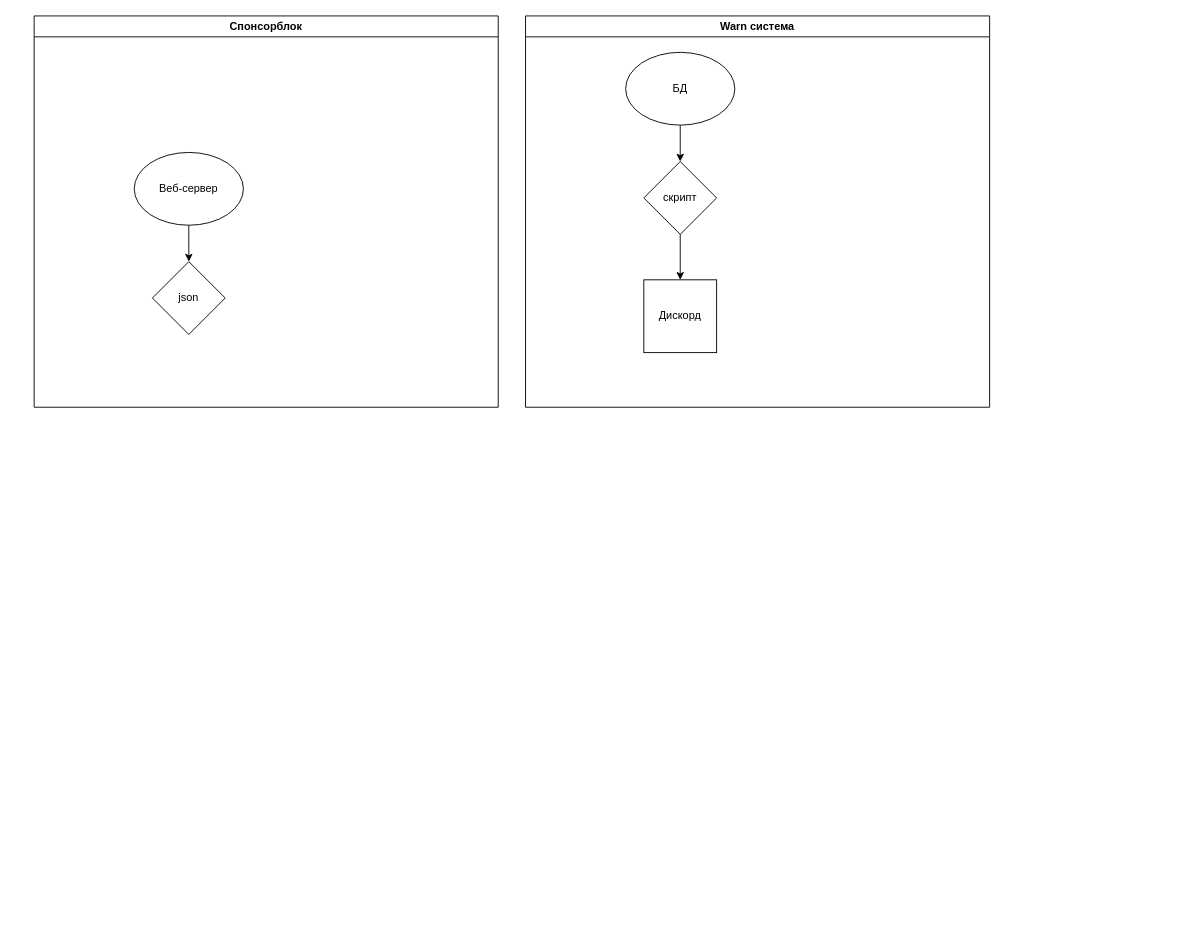
Before: Диаграмма без названия.drawio in 1DeMeNToR1/DnDHelper, a draw.io diagram. Source tidied: cells renumbered, new cells numbered last; positions are measured from the earlier drawing's top-left corner, leaving out a move shared by most shapes. Both pictures are drawn from the tidied source at 91%, with x=0, y=0 at pixel (34, 15).
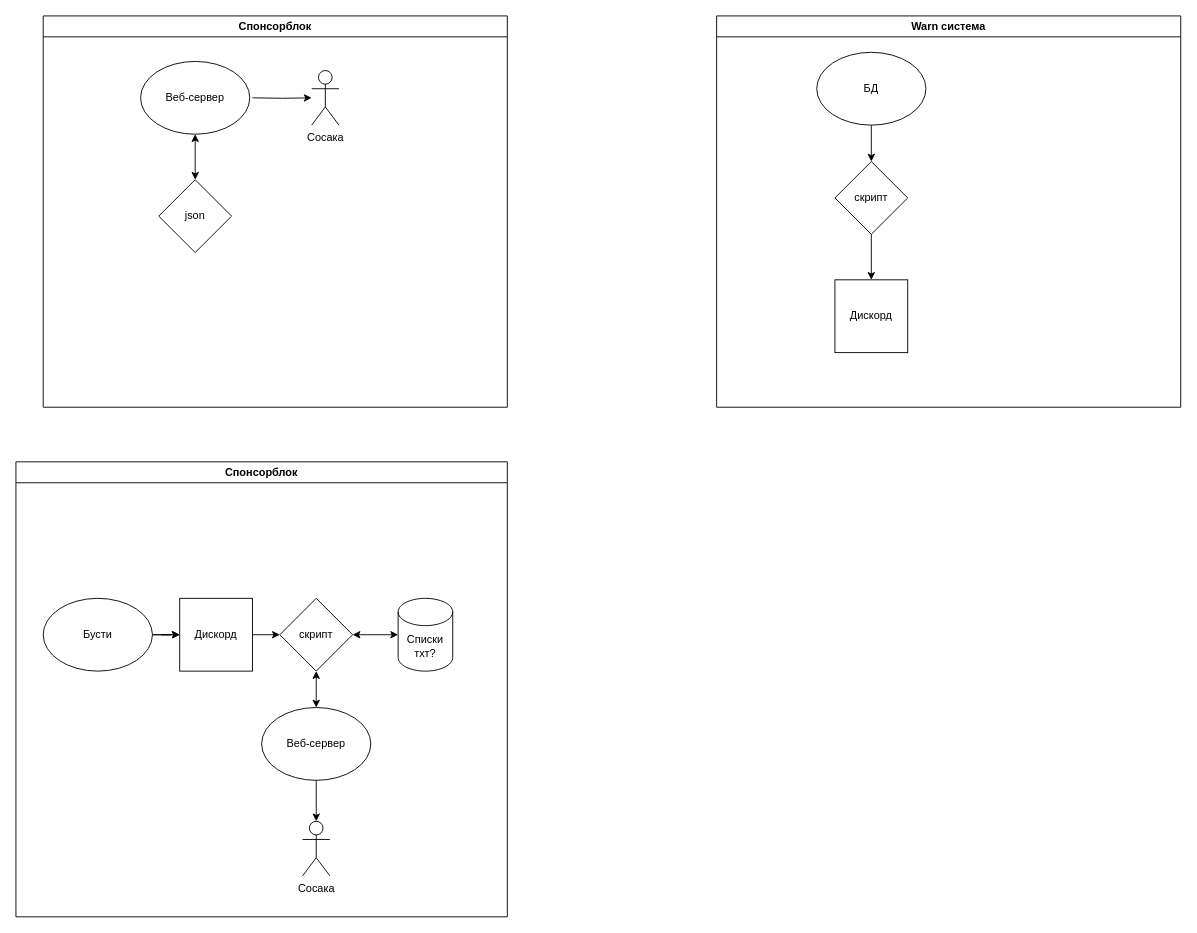
After the change.

Change to the diagram source:
```diff
@@
     <mxCell id="2" value="Спонсорблок" style="swimlane;whiteSpace=wrap;html=1;" parent="1" vertex="1">
-      <mxGeometry width="510" height="430" as="geometry" />
+      <mxGeometry x="10" width="510" height="430" as="geometry" />
     </mxCell>
     <mxCell id="3" value="Веб-сервер" style="ellipse;whiteSpace=wrap;html=1;" parent="2" vertex="1">
-      <mxGeometry x="110" y="150" width="120" height="80" as="geometry" />
+      <mxGeometry x="107" y="50" width="120" height="80" as="geometry" />
     </mxCell>
     <mxCell id="4" value="json" style="rhombus;whiteSpace=wrap;html=1;" parent="2" vertex="1">
-      <mxGeometry x="130" y="270" width="80" height="80" as="geometry" />
+      <mxGeometry x="127" y="180" width="80" height="80" as="geometry" />
     </mxCell>
-    <mxCell id="5" style="endArrow=classic;html=1;rounded=0;exitX=0.5;exitY=1;exitDx=0;exitDy=0;entryX=0.5;entryY=0;entryDx=0;entryDy=0;" parent="2" edge="1" source="3" target="4">
+    <mxCell id="5" style="endArrow=classic;startArrow=classic;html=1;rounded=0;entryX=0.5;entryY=0;entryDx=0;entryDy=0;exitX=0.5;exitY=1;exitDx=0;exitDy=0;" parent="2" edge="1" source="3" target="4">
       <mxGeometry relative="1" as="geometry" />
     </mxCell>
+    <mxCell id="12" style="edgeStyle=orthogonalEdgeStyle;rounded=0;jettySize=auto;html=1;" parent="2" edge="1" target="13">
+      <mxGeometry relative="1" as="geometry">
+        <mxPoint x="230" y="90" as="sourcePoint" />
+      </mxGeometry>
+    </mxCell>
+    <mxCell id="13" value="Сосака" style="shape=umlActor;verticalLabelPosition=bottom;verticalAlign=top;html=1;outlineConnect=0;" parent="2" vertex="1">
+      <mxGeometry x="295" y="60" width="30" height="60" as="geometry" />
+    </mxCell>
     <mxCell id="6" value="Warn система" style="swimlane;whiteSpace=wrap;html=1;" parent="1" vertex="1">
-      <mxGeometry x="540" width="510" height="430" as="geometry" />
+      <mxGeometry x="750" width="510" height="430" as="geometry" />
     </mxCell>
@@
+    <mxCell id="14" value="Спонсорблок" style="swimlane;whiteSpace=wrap;html=1;" parent="1" vertex="1">
+      <mxGeometry x="-20" y="490" width="540" height="500" as="geometry" />
+    </mxCell>
+    <mxCell id="15" value="Веб-сервер" style="ellipse;whiteSpace=wrap;html=1;" parent="14" vertex="1">
+      <mxGeometry x="270" y="270" width="120" height="80" as="geometry" />
+    </mxCell>
+    <mxCell id="16" style="edgeStyle=orthogonalEdgeStyle;rounded=0;jettySize=auto;html=1;" parent="14" edge="1" source="17" target="18">
+      <mxGeometry relative="1" as="geometry" />
+    </mxCell>
+    <mxCell id="17" value="Бусти" style="ellipse;whiteSpace=wrap;html=1;" parent="14" vertex="1">
+      <mxGeometry x="30" y="150" width="120" height="80" as="geometry" />
+    </mxCell>
+    <mxCell id="18" value="Дискорд" style="whiteSpace=wrap;html=1;" parent="14" vertex="1">
+      <mxGeometry x="180" y="150" width="80" height="80" as="geometry" />
+    </mxCell>
+    <mxCell id="19" style="endArrow=classic;html=1;rounded=0;exitX=1;exitY=0.5;exitDx=0;exitDy=0;entryX=0;entryY=0.5;entryDx=0;entryDy=0;" parent="14" edge="1" source="17" target="18">
+      <mxGeometry relative="1" as="geometry" />
+    </mxCell>
+    <mxCell id="20" value="скрипт" style="rhombus;whiteSpace=wrap;html=1;" parent="14" vertex="1">
+      <mxGeometry x="290" y="150" width="80" height="80" as="geometry" />
+    </mxCell>
+    <mxCell id="21" style="edgeStyle=orthogonalEdgeStyle;rounded=0;jettySize=auto;html=1;exitX=1;exitY=0.5;exitDx=0;exitDy=0;entryX=0;entryY=0.5;entryDx=0;entryDy=0;" parent="14" edge="1" source="18" target="20">
+      <mxGeometry relative="1" as="geometry" />
+    </mxCell>
+    <mxCell id="22" value="Списки&lt;br&gt;тхт?" style="shape=cylinder3;whiteSpace=wrap;html=1;boundedLbl=1;backgroundOutline=1;size=15;" parent="14" vertex="1">
+      <mxGeometry x="420" y="150" width="60" height="80" as="geometry" />
+    </mxCell>
+    <mxCell id="23" style="endArrow=classic;startArrow=classic;html=1;rounded=0;entryX=0;entryY=0.5;entryDx=0;entryDy=0;entryPerimeter=0;exitX=1;exitY=0.5;exitDx=0;exitDy=0;" parent="14" edge="1" source="20" target="22">
+      <mxGeometry relative="1" as="geometry" />
+    </mxCell>
+    <mxCell id="24" style="endArrow=classic;startArrow=classic;html=1;rounded=0;exitX=0.5;exitY=0;exitDx=0;exitDy=0;entryX=0.5;entryY=1;entryDx=0;entryDy=0;" parent="14" edge="1" source="15" target="20">
+      <mxGeometry relative="1" as="geometry" />
+    </mxCell>
+    <mxCell id="25" value="Сосака" style="shape=umlActor;verticalLabelPosition=bottom;verticalAlign=top;html=1;outlineConnect=0;" parent="14" vertex="1">
+      <mxGeometry x="315" y="395" width="30" height="60" as="geometry" />
+    </mxCell>
+    <mxCell id="26" style="endArrow=classic;html=1;rounded=0;exitX=0.5;exitY=1;exitDx=0;exitDy=0;entryX=0.5;entryY=0;entryDx=0;entryDy=0;entryPerimeter=0;" parent="14" edge="1" source="15" target="25">
+      <mxGeometry relative="1" as="geometry" />
+    </mxCell>
```
